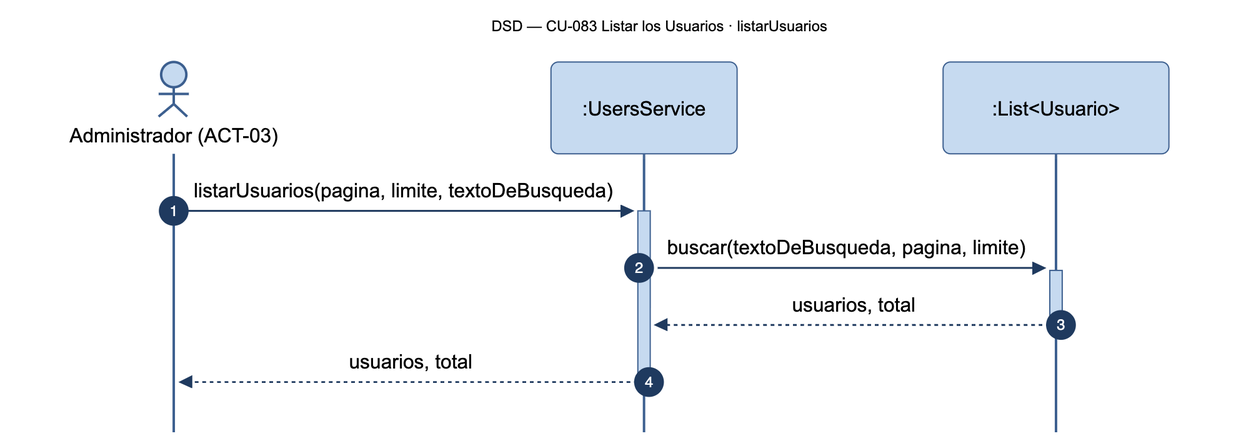
Before: diagramas/png/DSD_CU-083_listarUsuarios.png, a diagram exported from Mermaid (Nahuelito-Dev/splg-docs). Its source is kept beside it as diagramas/DSD_CU-083_listarUsuarios.mmd.
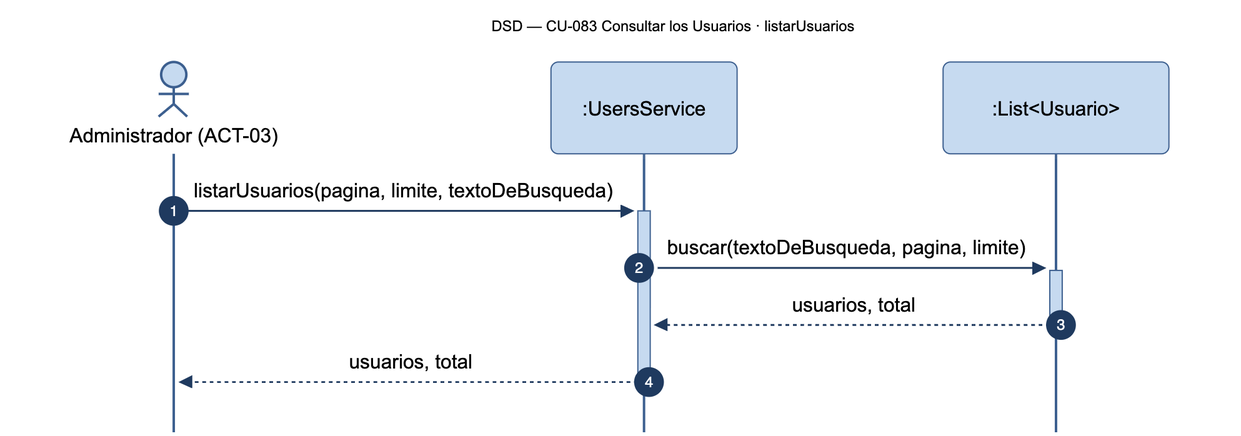
Above is the later version.

What changed in the source:
```diff
@@ -1,5 +1,5 @@
 sequenceDiagram
-    title DSD — CU-083 Listar los Usuarios · listarUsuarios
+    title DSD — CU-083 Consultar los Usuarios · listarUsuarios
     autonumber
     actor ADM as Administrador (ACT-03)
     participant SRV as :UsersService
```
